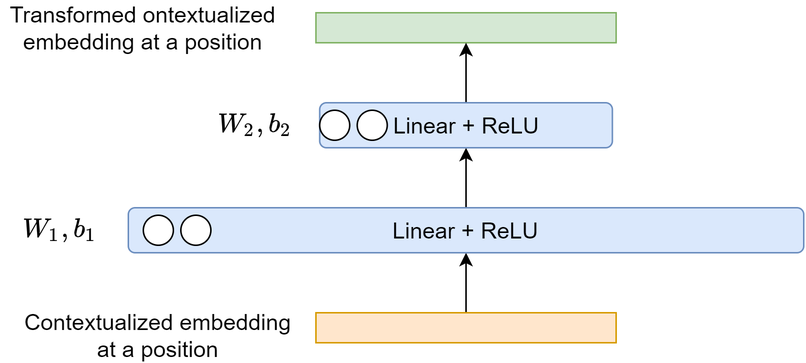
yangyutu/llm_book.github.io keeps this draw.io diagram as _images/pointwise_FFN.png. Above is the earlier version. Source tidied: cells renumbered, new cells last; positions are measured from the earlier drawing's top-left corner, leaving out a move shared by most shapes. The source it was exported from:
```xml
<mxGraphModel math="1">
  <root>
    <mxCell id="0" />
    <mxCell id="1" parent="0" />
    <mxCell id="2" style="edgeStyle=none;html=1;entryX=0.5;entryY=1;entryDx=0;entryDy=0;fontSize=15;" parent="1" edge="1" source="3" target="5">
      <mxGeometry relative="1" as="geometry" />
    </mxCell>
    <mxCell id="3" style="rounded=0;whiteSpace=wrap;html=1;fillColor=#ffe6cc;strokeColor=#d79b00;" parent="1" vertex="1">
      <mxGeometry x="210" y="205" width="200" height="20" as="geometry" />
    </mxCell>
    <mxCell id="4" style="edgeStyle=none;html=1;fontSize=15;" parent="1" edge="1" source="5" target="11">
      <mxGeometry relative="1" as="geometry" />
    </mxCell>
    <mxCell id="5" value="Linear + ReLU" style="rounded=1;whiteSpace=wrap;html=1;fillColor=#dae8fc;strokeColor=#6c8ebf;fontSize=15;" parent="1" vertex="1">
      <mxGeometry x="85" y="135" width="450" height="30" as="geometry" />
    </mxCell>
    <mxCell id="6" value="$$W_1,b_1$$" style="text;html=1;strokeColor=none;fillColor=none;align=center;verticalAlign=middle;whiteSpace=wrap;rounded=0;fontSize=15;" parent="1" vertex="1">
      <mxGeometry x="10" y="135" width="60" height="30" as="geometry" />
    </mxCell>
    <mxCell id="7" value="$$W_2,b_2$$" style="text;html=1;strokeColor=none;fillColor=none;align=center;verticalAlign=middle;whiteSpace=wrap;rounded=0;fontSize=15;" parent="1" vertex="1">
      <mxGeometry x="140" y="65" width="60" height="30" as="geometry" />
    </mxCell>
    <mxCell id="8" style="rounded=0;whiteSpace=wrap;html=1;fillColor=#d5e8d4;strokeColor=#82b366;" parent="1" vertex="1">
      <mxGeometry x="210" y="5" width="200" height="20" as="geometry" />
    </mxCell>
    <mxCell id="9" value="Contextualized embedding at a position" style="text;html=1;strokeColor=none;fillColor=none;align=center;verticalAlign=middle;whiteSpace=wrap;rounded=0;fontSize=15;" parent="1" vertex="1">
      <mxGeometry x="10" y="205" width="190" height="30" as="geometry" />
    </mxCell>
    <mxCell id="10" style="edgeStyle=none;html=1;fontSize=15;" parent="1" edge="1" source="11" target="8">
      <mxGeometry relative="1" as="geometry" />
    </mxCell>
    <mxCell id="11" value="Linear + ReLU" style="rounded=1;whiteSpace=wrap;html=1;fillColor=#dae8fc;strokeColor=#6c8ebf;fontSize=15;" parent="1" vertex="1">
      <mxGeometry x="212.5" y="65" width="195" height="30" as="geometry" />
    </mxCell>
    <mxCell id="12" value="Transformed ontextualized embedding at a position" style="text;html=1;strokeColor=none;fillColor=none;align=center;verticalAlign=middle;whiteSpace=wrap;rounded=0;fontSize=15;" parent="1" vertex="1">
      <mxGeometry width="190" height="30" as="geometry" />
    </mxCell>
    <mxCell id="13" style="ellipse;whiteSpace=wrap;html=1;fontSize=15;" parent="1" vertex="1">
      <mxGeometry x="95" y="140" width="20" height="20" as="geometry" />
    </mxCell>
    <mxCell id="14" style="ellipse;whiteSpace=wrap;html=1;fontSize=15;" parent="1" vertex="1">
      <mxGeometry x="120" y="140" width="20" height="20" as="geometry" />
    </mxCell>
    <mxCell id="15" style="ellipse;whiteSpace=wrap;html=1;fontSize=15;" parent="1" vertex="1">
      <mxGeometry x="212.5" y="70" width="20" height="20" as="geometry" />
    </mxCell>
    <mxCell id="16" style="ellipse;whiteSpace=wrap;html=1;fontSize=15;" parent="1" vertex="1">
      <mxGeometry x="237.5" y="70" width="20" height="20" as="geometry" />
    </mxCell>
  </root>
</mxGraphModel>
```
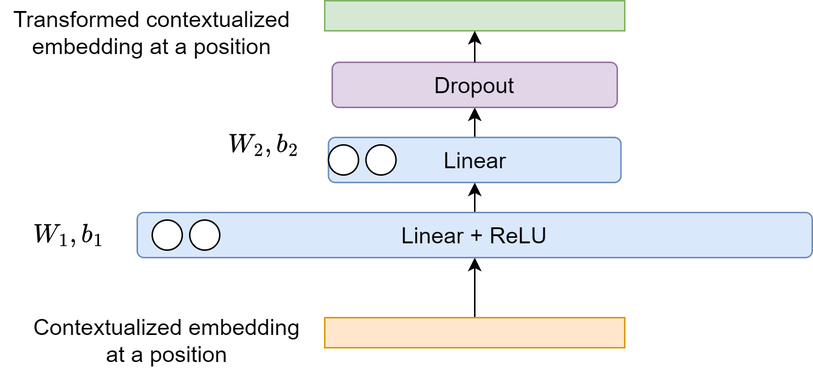
The same diagram one commit later.

Diff of the diagram source:
```diff
@@ -18,21 +18,21 @@
       <mxGeometry x="10" y="135" width="60" height="30" as="geometry" />
     </mxCell>
     <mxCell id="7" value="$$W_2,b_2$$" style="text;html=1;strokeColor=none;fillColor=none;align=center;verticalAlign=middle;whiteSpace=wrap;rounded=0;fontSize=15;" parent="1" vertex="1">
-      <mxGeometry x="140" y="65" width="60" height="30" as="geometry" />
+      <mxGeometry x="140" y="75" width="60" height="30" as="geometry" />
     </mxCell>
     <mxCell id="8" style="rounded=0;whiteSpace=wrap;html=1;fillColor=#d5e8d4;strokeColor=#82b366;" parent="1" vertex="1">
-      <mxGeometry x="210" y="5" width="200" height="20" as="geometry" />
+      <mxGeometry x="210" y="-6" width="200" height="20" as="geometry" />
     </mxCell>
     <mxCell id="9" value="Contextualized embedding at a position" style="text;html=1;strokeColor=none;fillColor=none;align=center;verticalAlign=middle;whiteSpace=wrap;rounded=0;fontSize=15;" parent="1" vertex="1">
       <mxGeometry x="10" y="205" width="190" height="30" as="geometry" />
     </mxCell>
-    <mxCell id="10" style="edgeStyle=none;html=1;fontSize=15;" parent="1" edge="1" source="11" target="8">
+    <mxCell id="10" style="edgeStyle=none;html=1;fontSize=15;entryX=0.5;entryY=1;entryDx=0;entryDy=0;" parent="1" edge="1" source="11" target="17">
       <mxGeometry relative="1" as="geometry" />
     </mxCell>
-    <mxCell id="11" value="Linear + ReLU" style="rounded=1;whiteSpace=wrap;html=1;fillColor=#dae8fc;strokeColor=#6c8ebf;fontSize=15;" parent="1" vertex="1">
-      <mxGeometry x="212.5" y="65" width="195" height="30" as="geometry" />
+    <mxCell id="11" value="Linear" style="rounded=1;whiteSpace=wrap;html=1;fillColor=#dae8fc;strokeColor=#6c8ebf;fontSize=15;" parent="1" vertex="1">
+      <mxGeometry x="212.5" y="85" width="195" height="30" as="geometry" />
     </mxCell>
-    <mxCell id="12" value="Transformed ontextualized embedding at a position" style="text;html=1;strokeColor=none;fillColor=none;align=center;verticalAlign=middle;whiteSpace=wrap;rounded=0;fontSize=15;" parent="1" vertex="1">
+    <mxCell id="12" value="Transformed contextualized embedding at a position" style="text;html=1;strokeColor=none;fillColor=none;align=center;verticalAlign=middle;whiteSpace=wrap;rounded=0;fontSize=15;" parent="1" vertex="1">
       <mxGeometry width="190" height="30" as="geometry" />
     </mxCell>
     <mxCell id="13" style="ellipse;whiteSpace=wrap;html=1;fontSize=15;" parent="1" vertex="1">
@@ -42,10 +42,18 @@
       <mxGeometry x="120" y="140" width="20" height="20" as="geometry" />
     </mxCell>
     <mxCell id="15" style="ellipse;whiteSpace=wrap;html=1;fontSize=15;" parent="1" vertex="1">
-      <mxGeometry x="212.5" y="70" width="20" height="20" as="geometry" />
+      <mxGeometry x="212.5" y="90" width="20" height="20" as="geometry" />
     </mxCell>
     <mxCell id="16" style="ellipse;whiteSpace=wrap;html=1;fontSize=15;" parent="1" vertex="1">
-      <mxGeometry x="237.5" y="70" width="20" height="20" as="geometry" />
+      <mxGeometry x="237.5" y="90" width="20" height="20" as="geometry" />
     </mxCell>
+    <mxCell id="17" value="&lt;font style=&quot;font-size: 15px;&quot;&gt;Dropout&lt;/font&gt;" style="rounded=1;whiteSpace=wrap;html=1;fillColor=#e1d5e7;strokeColor=#9673a6;" parent="1" vertex="1">
+      <mxGeometry x="215" y="35" width="190" height="30" as="geometry" />
+    </mxCell>
+    <mxCell id="18" style="endArrow=classic;html=1;fontSize=15;entryX=0.5;entryY=1;entryDx=0;entryDy=0;" parent="1" edge="1" target="8">
+      <mxGeometry relative="1" as="geometry">
+        <mxPoint x="310" y="35" as="sourcePoint" />
+      </mxGeometry>
+    </mxCell>
   </root>
 </mxGraphModel>
```
